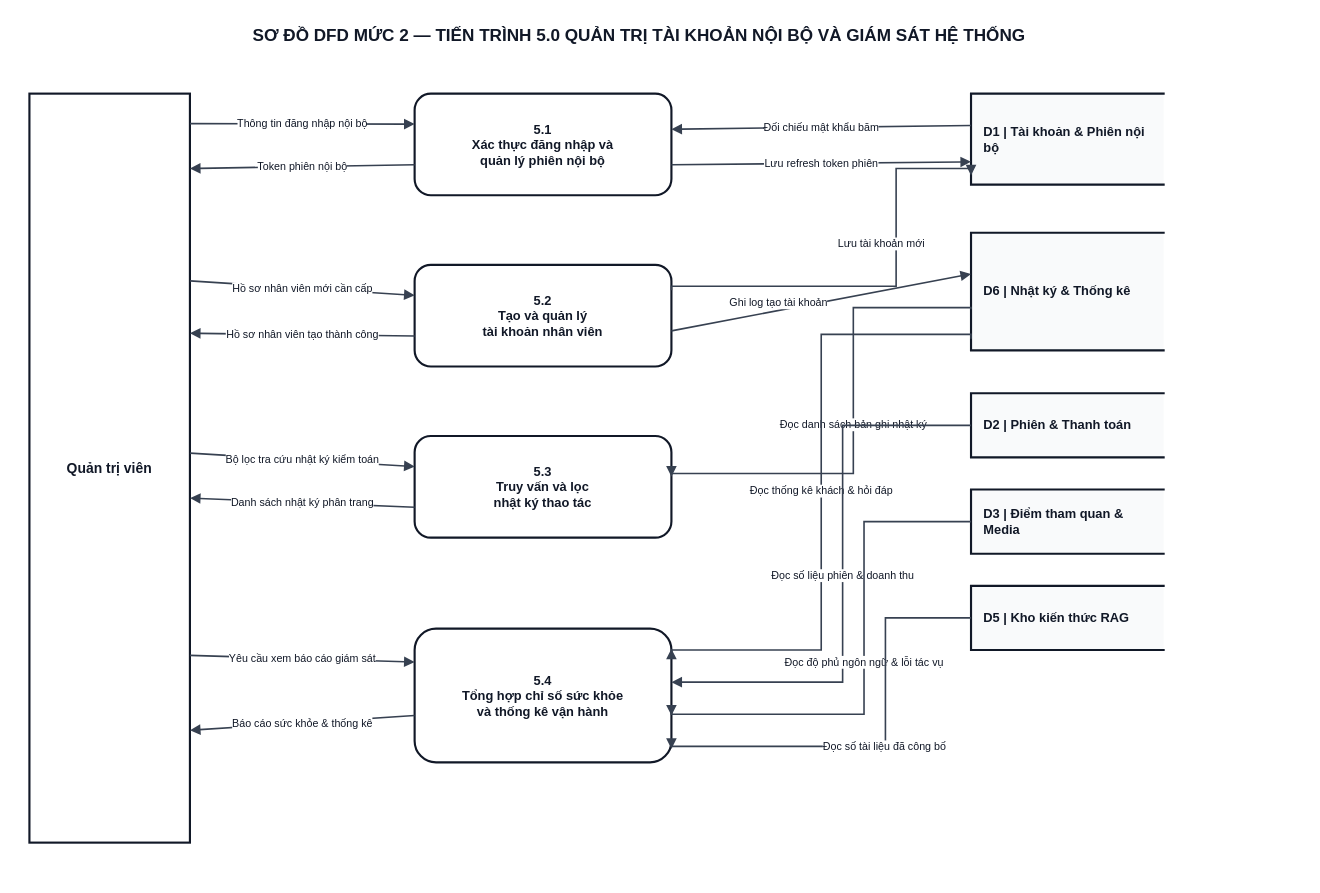
This is docs/diagram/dfd/DFD_Level_2_P5_Auth_Admin_Monitoring.drawio from Kazuken123/prj_sgu26_cnpm, a draw.io file, before an edit. Source tidied: cells renumbered, new cells numbered last; positions are measured from the earlier drawing's top-left corner, leaving out a move shared by most shapes. Both pictures are drawn from the tidied source at 107%, with x=0, y=0 at pixel (29, 18).
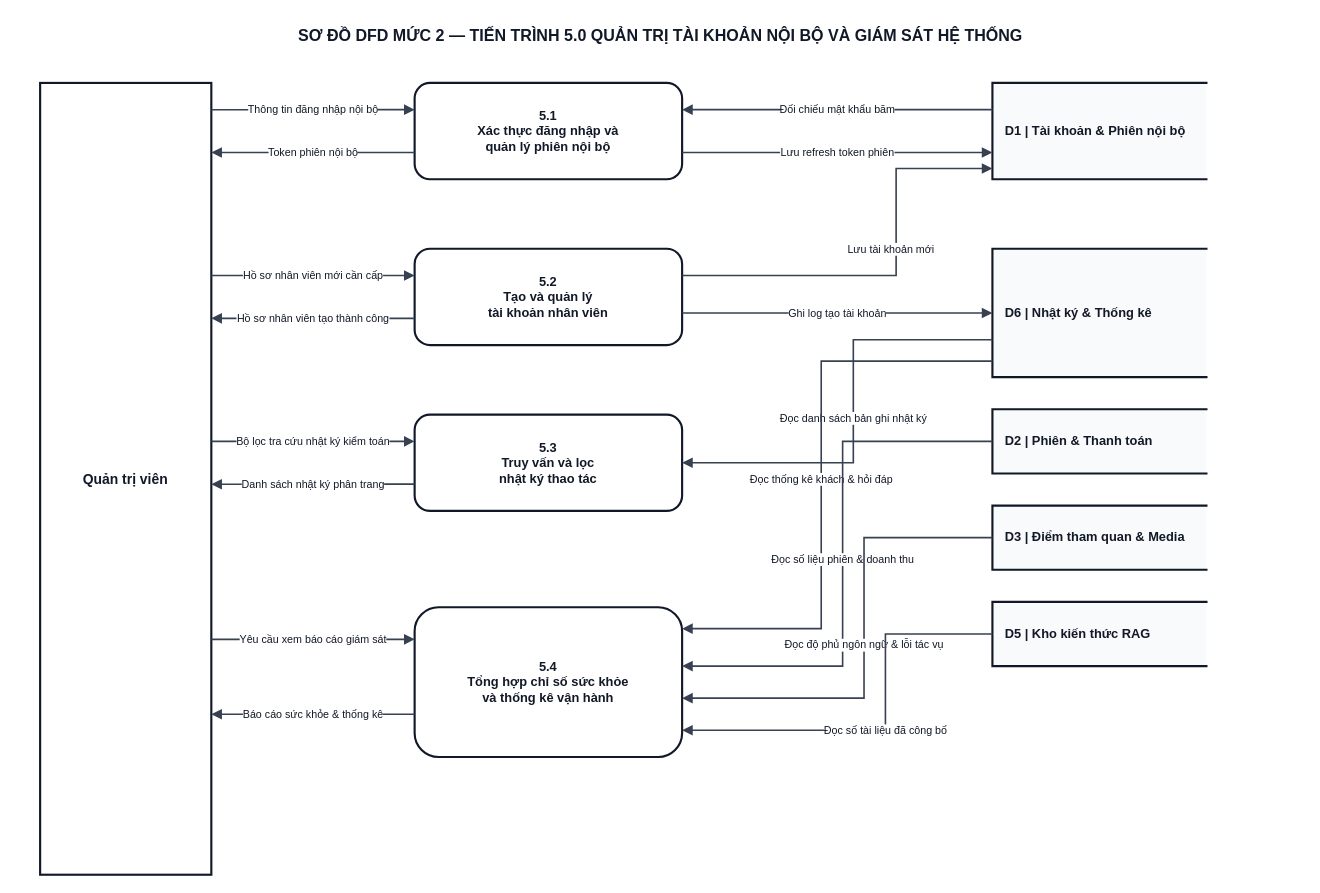
The same page after the edit.

Change to the diagram source:
```diff
@@
-    <mxCell id="2" value="SƠ ĐỒ DFD MỨC 2 — TIẾN TRÌNH 5.0 QUẢN TRỊ TÀI KHOẢN NỘI BỘ VÀ GIÁM SÁT HỆ THỐNG" style="text;html=1;align=center;verticalAlign=middle;whiteSpace=wrap;fontFamily=Arial;fontSize=16;fontStyle=1;fillColor=none;strokeColor=none;fontColor=#111827;" parent="1" vertex="1">
-      <mxGeometry width="1140" height="30" as="geometry" />
+    <mxCell id="2" value="SƠ ĐỒ DFD MỨC 2 — TIẾN TRÌNH 5.0 QUẢN TRỊ TÀI KHOẢN NỘI BỘ VÀ GIÁM SÁT HỆ THỐNG" style="text;html=1;align=center;verticalAlign=middle;whiteSpace=wrap;fontFamily=Arial;fontSize=15;fontStyle=1;fillColor=none;strokeColor=none;fontColor=#111827;" parent="1" vertex="1">
+      <mxGeometry x="-10" width="1200" height="30" as="geometry" />
     </mxCell>
     <mxCell id="3" value="Quản trị viên" style="rounded=0;whiteSpace=wrap;html=1;fillColor=#FFFFFF;strokeColor=#111827;strokeWidth=2;fontFamily=Arial;fontSize=13;fontStyle=1;fontColor=#111827;align=center;" parent="1" vertex="1">
-      <mxGeometry y="70" width="150" height="700" as="geometry" />
+      <mxGeometry x="10" y="60" width="160" height="740" as="geometry" />
     </mxCell>
     <mxCell id="4" value="&lt;b&gt;5.1&lt;/b&gt;&lt;br/&gt;Xác thực đăng nhập và&lt;br/&gt;quản lý phiên nội bộ" style="rounded=1;arcSize=16;whiteSpace=wrap;html=1;fillColor=#FFFFFF;strokeColor=#111827;strokeWidth=2;fontFamily=Arial;fontSize=12;fontStyle=1;fontColor=#111827;align=center;" parent="1" vertex="1">
-      <mxGeometry x="360" y="70" width="240" height="95" as="geometry" />
+      <mxGeometry x="360" y="60" width="250" height="90" as="geometry" />
     </mxCell>
     <mxCell id="5" value="&lt;b&gt;5.2&lt;/b&gt;&lt;br/&gt;Tạo và quản lý&lt;br/&gt;tài khoản nhân viên" style="rounded=1;arcSize=16;whiteSpace=wrap;html=1;fillColor=#FFFFFF;strokeColor=#111827;strokeWidth=2;fontFamily=Arial;fontSize=12;fontStyle=1;fontColor=#111827;align=center;" parent="1" vertex="1">
-      <mxGeometry x="360" y="230" width="240" height="95" as="geometry" />
+      <mxGeometry x="360" y="215" width="250" height="90" as="geometry" />
     </mxCell>
     <mxCell id="6" value="&lt;b&gt;5.3&lt;/b&gt;&lt;br/&gt;Truy vấn và lọc&lt;br/&gt;nhật ký thao tác" style="rounded=1;arcSize=16;whiteSpace=wrap;html=1;fillColor=#FFFFFF;strokeColor=#111827;strokeWidth=2;fontFamily=Arial;fontSize=12;fontStyle=1;fontColor=#111827;align=center;" parent="1" vertex="1">
-      <mxGeometry x="360" y="390" width="240" height="95" as="geometry" />
+      <mxGeometry x="360" y="370" width="250" height="90" as="geometry" />
     </mxCell>
     <mxCell id="7" value="&lt;b&gt;5.4&lt;/b&gt;&lt;br/&gt;Tổng hợp chỉ số sức khỏe&lt;br/&gt;và thống kê vận hành" style="rounded=1;arcSize=16;whiteSpace=wrap;html=1;fillColor=#FFFFFF;strokeColor=#111827;strokeWidth=2;fontFamily=Arial;fontSize=12;fontStyle=1;fontColor=#111827;align=center;" parent="1" vertex="1">
-      <mxGeometry x="360" y="570" width="240" height="125" as="geometry" />
+      <mxGeometry x="360" y="550" width="250" height="140" as="geometry" />
     </mxCell>
     <mxCell id="8" value="&lt;b&gt;D1&lt;/b&gt; | Tài khoản &amp; Phiên nội bộ" style="shape=partialRectangle;whiteSpace=wrap;html=1;left=1;right=0;top=1;bottom=1;fillColor=#F9FAFB;strokeColor=#111827;strokeWidth=2;fontFamily=Arial;fontSize=12;fontStyle=1;fontColor=#111827;align=left;spacingLeft=10;" parent="1" vertex="1">
-      <mxGeometry x="880" y="70" width="180" height="85" as="geometry" />
+      <mxGeometry x="900" y="60" width="200" height="90" as="geometry" />
     </mxCell>
     <mxCell id="9" value="&lt;b&gt;D6&lt;/b&gt; | Nhật ký &amp; Thống kê" style="shape=partialRectangle;whiteSpace=wrap;html=1;left=1;right=0;top=1;bottom=1;fillColor=#F9FAFB;strokeColor=#111827;strokeWidth=2;fontFamily=Arial;fontSize=12;fontStyle=1;fontColor=#111827;align=left;spacingLeft=10;" parent="1" vertex="1">
-      <mxGeometry x="880" y="200" width="180" height="110" as="geometry" />
+      <mxGeometry x="900" y="215" width="200" height="120" as="geometry" />
     </mxCell>
     <mxCell id="10" value="&lt;b&gt;D2&lt;/b&gt; | Phiên &amp; Thanh toán" style="shape=partialRectangle;whiteSpace=wrap;html=1;left=1;right=0;top=1;bottom=1;fillColor=#F9FAFB;strokeColor=#111827;strokeWidth=2;fontFamily=Arial;fontSize=12;fontStyle=1;fontColor=#111827;align=left;spacingLeft=10;" parent="1" vertex="1">
-      <mxGeometry x="880" y="350" width="180" height="60" as="geometry" />
+      <mxGeometry x="900" y="365" width="200" height="60" as="geometry" />
     </mxCell>
     <mxCell id="11" value="&lt;b&gt;D3&lt;/b&gt; | Điểm tham quan &amp; Media" style="shape=partialRectangle;whiteSpace=wrap;html=1;left=1;right=0;top=1;bottom=1;fillColor=#F9FAFB;strokeColor=#111827;strokeWidth=2;fontFamily=Arial;fontSize=12;fontStyle=1;fontColor=#111827;align=left;spacingLeft=10;" parent="1" vertex="1">
-      <mxGeometry x="880" y="440" width="180" height="60" as="geometry" />
+      <mxGeometry x="900" y="455" width="200" height="60" as="geometry" />
     </mxCell>
     <mxCell id="12" value="&lt;b&gt;D5&lt;/b&gt; | Kho kiến thức RAG" style="shape=partialRectangle;whiteSpace=wrap;html=1;left=1;right=0;top=1;bottom=1;fillColor=#F9FAFB;strokeColor=#111827;strokeWidth=2;fontFamily=Arial;fontSize=12;fontStyle=1;fontColor=#111827;align=left;spacingLeft=10;" parent="1" vertex="1">
-      <mxGeometry x="880" y="530" width="180" height="60" as="geometry" />
+      <mxGeometry x="900" y="545" width="200" height="60" as="geometry" />
     </mxCell>
-    <mxCell id="13" value="Thông tin đăng nhập nội bộ" style="rounded=0;html=1;strokeColor=#374151;strokeWidth=1.5;endArrow=block;endFill=1;fontFamily=Arial;fontSize=10;fontColor=#111827;labelBackgroundColor=#FFFFFF;spacing=2;exitX=1;exitY=0.04;exitDx=0;exitDy=0;entryX=0;entryY=0.3;entryDx=0;entryDy=0;edgeStyle=none;" parent="1" edge="1" source="3" target="4">
+    <mxCell id="13" value="Thông tin đăng nhập nội bộ" style="edgeStyle=orthogonalEdgeStyle;rounded=0;jettySize=auto;html=1;strokeColor=#374151;strokeWidth=1.5;endArrow=block;endFill=1;fontFamily=Arial;fontSize=10;fontColor=#111827;labelBackgroundColor=#FFFFFF;spacing=2;exitX=1.0000;exitY=0.0338;exitDx=0;exitDy=0;entryX=0.0000;entryY=0.2778;entryDx=0;entryDy=0;" parent="1" edge="1" source="3" target="4">
       <mxGeometry relative="1" as="geometry" />
     </mxCell>
-    <mxCell id="14" value="Token phiên nội bộ" style="rounded=0;html=1;strokeColor=#374151;strokeWidth=1.5;endArrow=block;endFill=1;fontFamily=Arial;fontSize=10;fontColor=#111827;labelBackgroundColor=#FFFFFF;spacing=2;exitX=0;exitY=0.7;exitDx=0;exitDy=0;entryX=1;entryY=0.1;entryDx=0;entryDy=0;edgeStyle=none;" parent="1" edge="1" source="4" target="3">
+    <mxCell id="14" value="Token phiên nội bộ" style="edgeStyle=orthogonalEdgeStyle;rounded=0;jettySize=auto;html=1;strokeColor=#374151;strokeWidth=1.5;endArrow=block;endFill=1;fontFamily=Arial;fontSize=10;fontColor=#111827;labelBackgroundColor=#FFFFFF;spacing=2;exitX=0.0000;exitY=0.7222;exitDx=0;exitDy=0;entryX=1.0000;entryY=0.0878;entryDx=0;entryDy=0;" parent="1" edge="1" source="4" target="3">
       <mxGeometry relative="1" as="geometry" />
     </mxCell>
-    <mxCell id="15" value="Hồ sơ nhân viên mới cần cấp" style="rounded=0;html=1;strokeColor=#374151;strokeWidth=1.5;endArrow=block;endFill=1;fontFamily=Arial;fontSize=10;fontColor=#111827;labelBackgroundColor=#FFFFFF;spacing=2;exitX=1;exitY=0.25;exitDx=0;exitDy=0;entryX=0;entryY=0.3;entryDx=0;entryDy=0;edgeStyle=none;" parent="1" edge="1" source="3" target="5">
+    <mxCell id="15" value="Hồ sơ nhân viên mới cần cấp" style="edgeStyle=orthogonalEdgeStyle;rounded=0;jettySize=auto;html=1;strokeColor=#374151;strokeWidth=1.5;endArrow=block;endFill=1;fontFamily=Arial;fontSize=10;fontColor=#111827;labelBackgroundColor=#FFFFFF;spacing=2;exitX=1.0000;exitY=0.2432;exitDx=0;exitDy=0;entryX=0.0000;entryY=0.2778;entryDx=0;entryDy=0;" parent="1" edge="1" source="3" target="5">
       <mxGeometry relative="1" as="geometry" />
     </mxCell>
-    <mxCell id="16" value="Hồ sơ nhân viên tạo thành công" style="rounded=0;html=1;strokeColor=#374151;strokeWidth=1.5;endArrow=block;endFill=1;fontFamily=Arial;fontSize=10;fontColor=#111827;labelBackgroundColor=#FFFFFF;spacing=2;exitX=0;exitY=0.7;exitDx=0;exitDy=0;entryX=1;entryY=0.32;entryDx=0;entryDy=0;edgeStyle=none;" parent="1" edge="1" source="5" target="3">
+    <mxCell id="16" value="Hồ sơ nhân viên tạo thành công" style="edgeStyle=orthogonalEdgeStyle;rounded=0;jettySize=auto;html=1;strokeColor=#374151;strokeWidth=1.5;endArrow=block;endFill=1;fontFamily=Arial;fontSize=10;fontColor=#111827;labelBackgroundColor=#FFFFFF;spacing=2;exitX=0.0000;exitY=0.7222;exitDx=0;exitDy=0;entryX=1.0000;entryY=0.2973;entryDx=0;entryDy=0;" parent="1" edge="1" source="5" target="3">
       <mxGeometry relative="1" as="geometry" />
     </mxCell>
-    <mxCell id="17" value="Bộ lọc tra cứu nhật ký kiểm toán" style="rounded=0;html=1;strokeColor=#374151;strokeWidth=1.5;endArrow=block;endFill=1;fontFamily=Arial;fontSize=10;fontColor=#111827;labelBackgroundColor=#FFFFFF;spacing=2;exitX=1;exitY=0.48;exitDx=0;exitDy=0;entryX=0;entryY=0.3;entryDx=0;entryDy=0;edgeStyle=none;" parent="1" edge="1" source="3" target="6">
+    <mxCell id="17" value="Bộ lọc tra cứu nhật ký kiểm toán" style="edgeStyle=orthogonalEdgeStyle;rounded=0;jettySize=auto;html=1;strokeColor=#374151;strokeWidth=1.5;endArrow=block;endFill=1;fontFamily=Arial;fontSize=10;fontColor=#111827;labelBackgroundColor=#FFFFFF;spacing=2;exitX=1.0000;exitY=0.4527;exitDx=0;exitDy=0;entryX=0.0000;entryY=0.2778;entryDx=0;entryDy=0;" parent="1" edge="1" source="3" target="6">
       <mxGeometry relative="1" as="geometry" />
     </mxCell>
-    <mxCell id="18" value="Danh sách nhật ký phân trang" style="rounded=0;html=1;strokeColor=#374151;strokeWidth=1.5;endArrow=block;endFill=1;fontFamily=Arial;fontSize=10;fontColor=#111827;labelBackgroundColor=#FFFFFF;spacing=2;exitX=0;exitY=0.7;exitDx=0;exitDy=0;entryX=1;entryY=0.54;entryDx=0;entryDy=0;edgeStyle=none;" parent="1" edge="1" source="6" target="3">
+    <mxCell id="18" value="Danh sách nhật ký phân trang" style="edgeStyle=orthogonalEdgeStyle;rounded=0;jettySize=auto;html=1;strokeColor=#374151;strokeWidth=1.5;endArrow=block;endFill=1;fontFamily=Arial;fontSize=10;fontColor=#111827;labelBackgroundColor=#FFFFFF;spacing=2;exitX=0.0000;exitY=0.7222;exitDx=0;exitDy=0;entryX=1.0000;entryY=0.5068;entryDx=0;entryDy=0;" parent="1" edge="1" source="6" target="3">
       <mxGeometry relative="1" as="geometry" />
     </mxCell>
-    <mxCell id="19" value="Yêu cầu xem báo cáo giám sát" style="rounded=0;html=1;strokeColor=#374151;strokeWidth=1.5;endArrow=block;endFill=1;fontFamily=Arial;fontSize=10;fontColor=#111827;labelBackgroundColor=#FFFFFF;spacing=2;exitX=1;exitY=0.75;exitDx=0;exitDy=0;entryX=0;entryY=0.25;entryDx=0;entryDy=0;edgeStyle=none;" parent="1" edge="1" source="3" target="7">
+    <mxCell id="19" value="Yêu cầu xem báo cáo giám sát" style="edgeStyle=orthogonalEdgeStyle;rounded=0;jettySize=auto;html=1;strokeColor=#374151;strokeWidth=1.5;endArrow=block;endFill=1;fontFamily=Arial;fontSize=10;fontColor=#111827;labelBackgroundColor=#FFFFFF;spacing=2;exitX=1.0000;exitY=0.7027;exitDx=0;exitDy=0;entryX=0.0000;entryY=0.2143;entryDx=0;entryDy=0;" parent="1" edge="1" source="3" target="7">
       <mxGeometry relative="1" as="geometry" />
     </mxCell>
-    <mxCell id="20" value="Báo cáo sức khỏe &amp; thống kê" style="rounded=0;html=1;strokeColor=#374151;strokeWidth=1.5;endArrow=block;endFill=1;fontFamily=Arial;fontSize=10;fontColor=#111827;labelBackgroundColor=#FFFFFF;spacing=2;exitX=0;exitY=0.65;exitDx=0;exitDy=0;entryX=1;entryY=0.85;entryDx=0;entryDy=0;edgeStyle=none;" parent="1" edge="1" source="7" target="3">
+    <mxCell id="20" value="Báo cáo sức khỏe &amp; thống kê" style="edgeStyle=orthogonalEdgeStyle;rounded=0;jettySize=auto;html=1;strokeColor=#374151;strokeWidth=1.5;endArrow=block;endFill=1;fontFamily=Arial;fontSize=10;fontColor=#111827;labelBackgroundColor=#FFFFFF;spacing=2;exitX=0.0000;exitY=0.7143;exitDx=0;exitDy=0;entryX=1.0000;entryY=0.7973;entryDx=0;entryDy=0;" parent="1" edge="1" source="7" target="3">
       <mxGeometry relative="1" as="geometry" />
     </mxCell>
-    <mxCell id="21" value="Đối chiếu mật khẩu băm" style="rounded=0;html=1;strokeColor=#374151;strokeWidth=1.5;endArrow=block;endFill=1;fontFamily=Arial;fontSize=10;fontColor=#111827;labelBackgroundColor=#FFFFFF;spacing=2;exitX=0;exitY=0.35;exitDx=0;exitDy=0;entryX=1;entryY=0.35;entryDx=0;entryDy=0;edgeStyle=none;" parent="1" edge="1" source="8" target="4">
+    <mxCell id="21" value="Đối chiếu mật khẩu băm" style="edgeStyle=orthogonalEdgeStyle;rounded=0;jettySize=auto;html=1;strokeColor=#374151;strokeWidth=1.5;endArrow=block;endFill=1;fontFamily=Arial;fontSize=10;fontColor=#111827;labelBackgroundColor=#FFFFFF;spacing=2;exitX=0.0000;exitY=0.2778;exitDx=0;exitDy=0;entryX=1.0000;entryY=0.2778;entryDx=0;entryDy=0;" parent="1" edge="1" source="8" target="4">
       <mxGeometry relative="1" as="geometry" />
     </mxCell>
-    <mxCell id="22" value="Lưu refresh token phiên" style="rounded=0;html=1;strokeColor=#374151;strokeWidth=1.5;endArrow=block;endFill=1;fontFamily=Arial;fontSize=10;fontColor=#111827;labelBackgroundColor=#FFFFFF;spacing=2;exitX=1;exitY=0.7;exitDx=0;exitDy=0;entryX=0;entryY=0.75;entryDx=0;entryDy=0;edgeStyle=none;" parent="1" edge="1" source="4" target="8">
+    <mxCell id="22" value="Lưu refresh token phiên" style="edgeStyle=orthogonalEdgeStyle;rounded=0;jettySize=auto;html=1;strokeColor=#374151;strokeWidth=1.5;endArrow=block;endFill=1;fontFamily=Arial;fontSize=10;fontColor=#111827;labelBackgroundColor=#FFFFFF;spacing=2;exitX=1.0000;exitY=0.7222;exitDx=0;exitDy=0;entryX=0.0000;entryY=0.7222;entryDx=0;entryDy=0;" parent="1" edge="1" source="4" target="8">
       <mxGeometry relative="1" as="geometry" />
     </mxCell>
-    <mxCell id="23" value="Lưu tài khoản mới" style="rounded=0;html=1;strokeColor=#374151;strokeWidth=1.5;endArrow=block;endFill=1;fontFamily=Arial;fontSize=10;fontColor=#111827;labelBackgroundColor=#FFFFFF;spacing=2;exitX=1;exitY=0.25;exitDx=0;exitDy=0;entryX=0;entryY=0.9;entryDx=0;entryDy=0;edgeStyle=orthogonalEdgeStyle;jettySize=auto;" parent="1" edge="1" source="5" target="8">
+    <mxCell id="23" value="Lưu tài khoản mới" style="edgeStyle=orthogonalEdgeStyle;rounded=0;jettySize=auto;html=1;strokeColor=#374151;strokeWidth=1.5;endArrow=block;endFill=1;fontFamily=Arial;fontSize=10;fontColor=#111827;labelBackgroundColor=#FFFFFF;spacing=2;exitX=1.0000;exitY=0.2778;exitDx=0;exitDy=0;entryX=0.0000;entryY=0.8889;entryDx=0;entryDy=0;" parent="1" edge="1" source="5" target="8">
       <mxGeometry relative="1" as="geometry">
         <Array as="points">
-          <mxPoint x="600" y="250" />
-          <mxPoint x="810" y="250" />
+          <mxPoint x="610" y="240" />
+          <mxPoint x="810" y="240" />
           <mxPoint x="810" y="140" />
+          <mxPoint x="900" y="140" />
         </Array>
-        <mxPoint y="-40" as="offset" />
+        <mxPoint y="-25" as="offset" />
       </mxGeometry>
     </mxCell>
-    <mxCell id="24" value="Ghi log tạo tài khoản" style="rounded=0;html=1;strokeColor=#374151;strokeWidth=1.5;endArrow=block;endFill=1;fontFamily=Arial;fontSize=10;fontColor=#111827;labelBackgroundColor=#FFFFFF;spacing=2;exitX=1;exitY=0.65;exitDx=0;exitDy=0;entryX=0;entryY=0.35;entryDx=0;entryDy=0;edgeStyle=none;" parent="1" edge="1" source="5" target="9">
-      <mxGeometry relative="1" as="geometry">
-        <mxPoint x="-40" as="offset" />
-      </mxGeometry>
+    <mxCell id="24" value="Ghi log tạo tài khoản" style="edgeStyle=orthogonalEdgeStyle;rounded=0;jettySize=auto;html=1;strokeColor=#374151;strokeWidth=1.5;endArrow=block;endFill=1;fontFamily=Arial;fontSize=10;fontColor=#111827;labelBackgroundColor=#FFFFFF;spacing=2;exitX=1.0000;exitY=0.6667;exitDx=0;exitDy=0;entryX=0.0000;entryY=0.5000;entryDx=0;entryDy=0;" parent="1" edge="1" source="5" target="9">
+      <mxGeometry relative="1" as="geometry" />
     </mxCell>
-    <mxCell id="25" value="Đọc danh sách bản ghi nhật ký" style="rounded=0;html=1;strokeColor=#374151;strokeWidth=1.5;endArrow=block;endFill=1;fontFamily=Arial;fontSize=10;fontColor=#111827;labelBackgroundColor=#FFFFFF;spacing=2;exitX=0;exitY=0.65;exitDx=0;exitDy=0;entryX=1;entryY=0.4;entryDx=0;entryDy=0;edgeStyle=orthogonalEdgeStyle;jettySize=auto;" parent="1" edge="1" source="9" target="6">
+    <mxCell id="25" value="Đọc danh sách bản ghi nhật ký" style="edgeStyle=orthogonalEdgeStyle;rounded=0;jettySize=auto;html=1;strokeColor=#374151;strokeWidth=1.5;endArrow=block;endFill=1;fontFamily=Arial;fontSize=10;fontColor=#111827;labelBackgroundColor=#FFFFFF;spacing=2;exitX=0.0000;exitY=0.7083;exitDx=0;exitDy=0;entryX=1.0000;entryY=0.5000;entryDx=0;entryDy=0;" parent="1" edge="1" source="9" target="6">
       <mxGeometry relative="1" as="geometry">
         <Array as="points">
-          <mxPoint x="880" y="270" />
-          <mxPoint x="770" y="270" />
-          <mxPoint x="770" y="425" />
+          <mxPoint x="900" y="300" />
+          <mxPoint x="770" y="300" />
+          <mxPoint x="770" y="415" />
+          <mxPoint x="610" y="415" />
         </Array>
       </mxGeometry>
     </mxCell>
-    <mxCell id="26" value="Đọc thống kê khách &amp; hỏi đáp" style="rounded=0;html=1;strokeColor=#374151;strokeWidth=1.5;endArrow=block;endFill=1;fontFamily=Arial;fontSize=10;fontColor=#111827;labelBackgroundColor=#FFFFFF;spacing=2;exitX=0;exitY=0.9;exitDx=0;exitDy=0;entryX=1;entryY=0.15;entryDx=0;entryDy=0;edgeStyle=orthogonalEdgeStyle;jettySize=auto;" parent="1" edge="1" source="9" target="7">
+    <mxCell id="26" value="Đọc thống kê khách &amp; hỏi đáp" style="edgeStyle=orthogonalEdgeStyle;rounded=0;jettySize=auto;html=1;strokeColor=#374151;strokeWidth=1.5;endArrow=block;endFill=1;fontFamily=Arial;fontSize=10;fontColor=#111827;labelBackgroundColor=#FFFFFF;spacing=2;exitX=0.0000;exitY=0.8750;exitDx=0;exitDy=0;entryX=1.0000;entryY=0.1429;entryDx=0;entryDy=0;" parent="1" edge="1" source="9" target="7">
       <mxGeometry relative="1" as="geometry">
         <Array as="points">
-          <mxPoint x="880" y="295" />
-          <mxPoint x="740" y="295" />
-          <mxPoint x="740" y="590" />
+          <mxPoint x="900" y="320" />
+          <mxPoint x="740" y="320" />
+          <mxPoint x="740" y="570" />
+          <mxPoint x="610" y="570" />
         </Array>
       </mxGeometry>
     </mxCell>
-    <mxCell id="27" value="Đọc số liệu phiên &amp; doanh thu" style="rounded=0;html=1;strokeColor=#374151;strokeWidth=1.5;endArrow=block;endFill=1;fontFamily=Arial;fontSize=10;fontColor=#111827;labelBackgroundColor=#FFFFFF;spacing=2;exitX=0;exitY=0.5;exitDx=0;exitDy=0;entryX=1;entryY=0.4;entryDx=0;entryDy=0;edgeStyle=orthogonalEdgeStyle;jettySize=auto;" parent="1" edge="1" source="10" target="7">
+    <mxCell id="27" value="Đọc số liệu phiên &amp; doanh thu" style="edgeStyle=orthogonalEdgeStyle;rounded=0;jettySize=auto;html=1;strokeColor=#374151;strokeWidth=1.5;endArrow=block;endFill=1;fontFamily=Arial;fontSize=10;fontColor=#111827;labelBackgroundColor=#FFFFFF;spacing=2;exitX=0.0000;exitY=0.5000;exitDx=0;exitDy=0;entryX=1.0000;entryY=0.3929;entryDx=0;entryDy=0;" parent="1" edge="1" source="10" target="7">
       <mxGeometry relative="1" as="geometry">
         <Array as="points">
-          <mxPoint x="880" y="380" />
-          <mxPoint x="760" y="380" />
-          <mxPoint x="760" y="620" />
+          <mxPoint x="900" y="395" />
+          <mxPoint x="760" y="395" />
+          <mxPoint x="760" y="605" />
+          <mxPoint x="610" y="605" />
         </Array>
       </mxGeometry>
     </mxCell>
-    <mxCell id="28" value="Đọc độ phủ ngôn ngữ &amp; lỗi tác vụ" style="rounded=0;html=1;strokeColor=#374151;strokeWidth=1.5;endArrow=block;endFill=1;fontFamily=Arial;fontSize=10;fontColor=#111827;labelBackgroundColor=#FFFFFF;spacing=2;exitX=0;exitY=0.5;exitDx=0;exitDy=0;entryX=1;entryY=0.65;entryDx=0;entryDy=0;edgeStyle=orthogonalEdgeStyle;jettySize=auto;" parent="1" edge="1" source="11" target="7">
+    <mxCell id="28" value="Đọc độ phủ ngôn ngữ &amp; lỗi tác vụ" style="edgeStyle=orthogonalEdgeStyle;rounded=0;jettySize=auto;html=1;strokeColor=#374151;strokeWidth=1.5;endArrow=block;endFill=1;fontFamily=Arial;fontSize=10;fontColor=#111827;labelBackgroundColor=#FFFFFF;spacing=2;exitX=0.0000;exitY=0.5000;exitDx=0;exitDy=0;entryX=1.0000;entryY=0.6071;entryDx=0;entryDy=0;" parent="1" edge="1" source="11" target="7">
       <mxGeometry relative="1" as="geometry">
         <Array as="points">
-          <mxPoint x="880" y="470" />
-          <mxPoint x="780" y="470" />
-          <mxPoint x="780" y="650" />
+          <mxPoint x="900" y="485" />
+          <mxPoint x="780" y="485" />
+          <mxPoint x="780" y="635" />
+          <mxPoint x="610" y="635" />
         </Array>
       </mxGeometry>
     </mxCell>
-    <mxCell id="29" value="Đọc số tài liệu đã công bố" style="rounded=0;html=1;strokeColor=#374151;strokeWidth=1.5;endArrow=block;endFill=1;fontFamily=Arial;fontSize=10;fontColor=#111827;labelBackgroundColor=#FFFFFF;spacing=2;exitX=0;exitY=0.5;exitDx=0;exitDy=0;entryX=1;entryY=0.9;entryDx=0;entryDy=0;edgeStyle=orthogonalEdgeStyle;jettySize=auto;" parent="1" edge="1" source="12" target="7">
+    <mxCell id="29" value="Đọc số tài liệu đã công bố" style="edgeStyle=orthogonalEdgeStyle;rounded=0;jettySize=auto;html=1;strokeColor=#374151;strokeWidth=1.5;endArrow=block;endFill=1;fontFamily=Arial;fontSize=10;fontColor=#111827;labelBackgroundColor=#FFFFFF;spacing=2;exitX=0.0000;exitY=0.5000;exitDx=0;exitDy=0;entryX=1.0000;entryY=0.8214;entryDx=0;entryDy=0;" parent="1" edge="1" source="12" target="7">
       <mxGeometry relative="1" as="geometry">
         <Array as="points">
-          <mxPoint x="880" y="560" />
-          <mxPoint x="800" y="560" />
-          <mxPoint x="800" y="680" />
+          <mxPoint x="900" y="575" />
+          <mxPoint x="800" y="575" />
+          <mxPoint x="800" y="665" />
+          <mxPoint x="610" y="665" />
         </Array>
       </mxGeometry>
     </mxCell>
```
